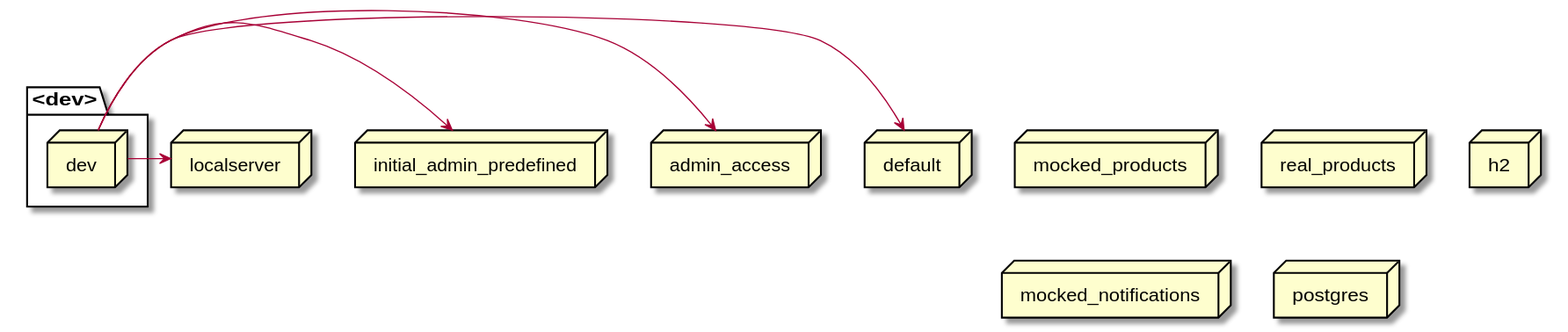
The PlantUML diagram docs/latest/images/gen_springprofiles-dev.svg in mercedes-benz/sechub, before a commit.
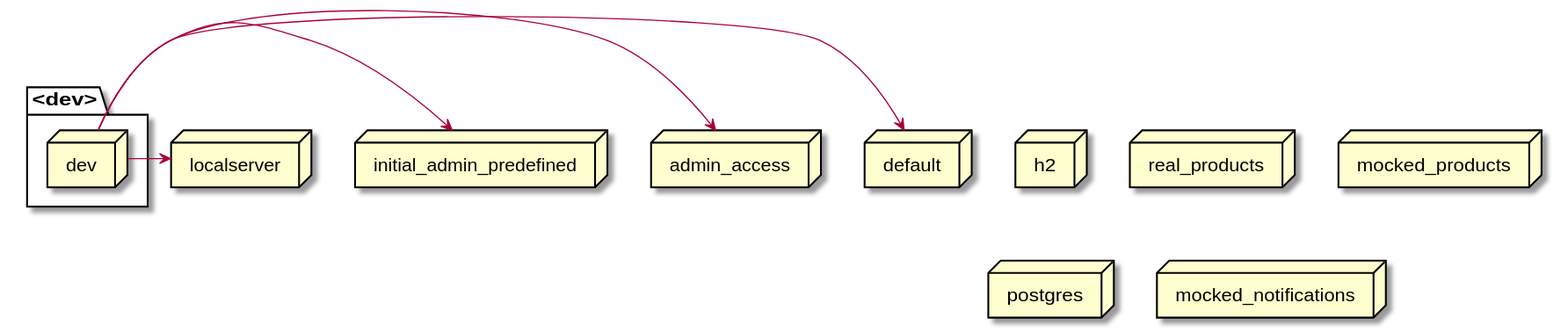
Later version of the same file.

Diff of the diagram source:
```diff
@@ -1,16 +1,16 @@
 @startuml
+node h2
+node localserver
+node real_products
 node admin_access
+node mocked_products
+node initial_admin_predefined
+node default
 package <dev>{
    node dev
 }
-node localserver
-node mocked_products
-node real_products
-node default
-node h2
+node postgres
 node mocked_notifications
-node initial_admin_predefined
-node postgres
 dev -> localserver
 dev -> initial_admin_predefined
 dev -> admin_access
```
